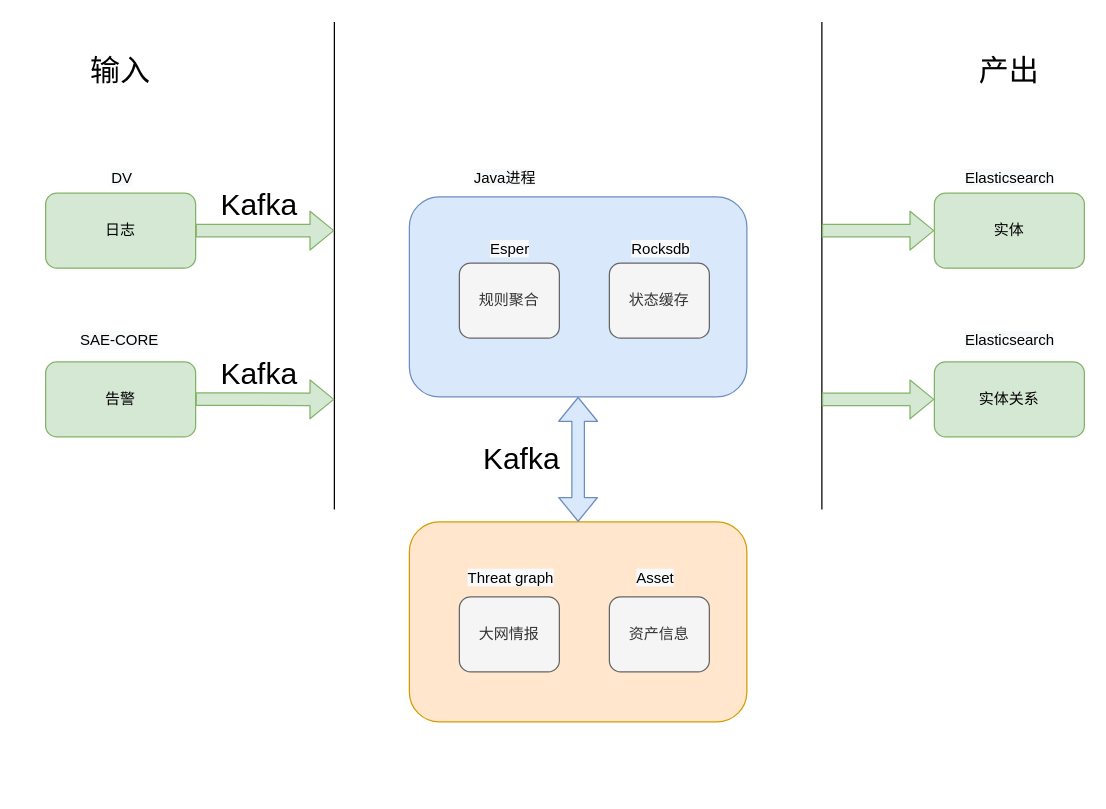
Above: artifact-arch.drawio in popvlovs/popvlovs-repository (draw.io), before the change. Source tidied: cells renumbered, new cells numbered last; positions are measured from the earlier drawing's top-left corner, leaving out a move shared by most shapes. Both pictures are drawn from the tidied source at 125%, with x=0, y=0 at pixel (45, 21).
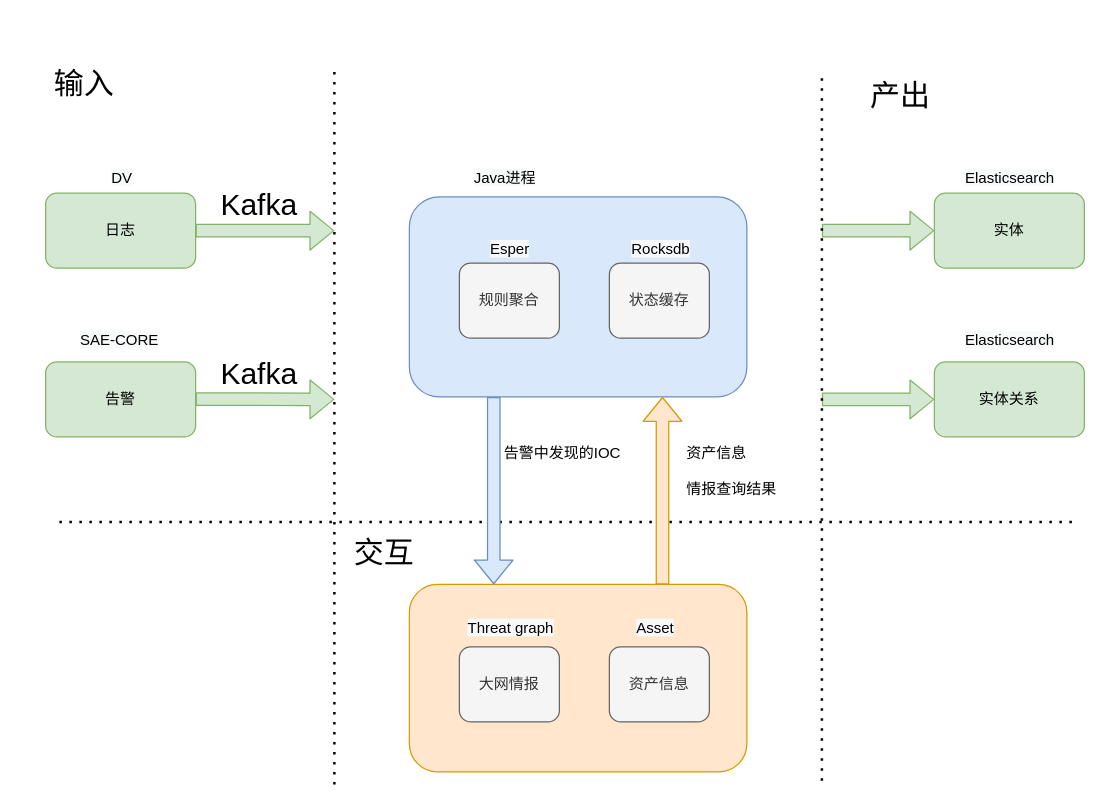
After the change.

Unchanged cells that the change refers to:
```xml
<mxCell id="2" style="rounded=1;whiteSpace=wrap;html=1;fillColor=#dae8fc;strokeColor=#6c8ebf;" parent="1" vertex="1">
  <mxGeometry x="291" y="140" width="270" height="160" as="geometry" />
</mxCell>
```

Change to the diagram source:
```diff
@@
-    <mxCell id="3" style="endArrow=none;html=1;" parent="1" edge="1">
-      <mxGeometry relative="1" as="geometry">
-        <mxPoint x="231" y="390" as="sourcePoint" />
-        <mxPoint x="231" as="targetPoint" />
-      </mxGeometry>
-    </mxCell>
@@
     <mxCell id="5" value="输入" style="text;html=1;strokeColor=none;fillColor=none;align=center;verticalAlign=middle;whiteSpace=wrap;rounded=0;fontSize=24;" parent="1" vertex="1">
-      <mxGeometry x="10" y="30" width="100" height="20" as="geometry" />
+      <mxGeometry x="-19" y="40" width="100" height="20" as="geometry" />
     </mxCell>
@@
-    <mxCell id="9" style="endArrow=none;html=1;" parent="1" edge="1">
-      <mxGeometry relative="1" as="geometry">
-        <mxPoint x="621" y="390" as="sourcePoint" />
-        <mxPoint x="621" as="targetPoint" />
-      </mxGeometry>
-    </mxCell>
@@
     <mxCell id="13" value="产出" style="text;html=1;strokeColor=none;fillColor=none;align=center;verticalAlign=middle;whiteSpace=wrap;rounded=0;fontSize=24;" parent="1" vertex="1">
-      <mxGeometry x="721" y="30" width="100" height="20" as="geometry" />
+      <mxGeometry x="634" y="50" width="100" height="20" as="geometry" />
     </mxCell>
@@
     <mxCell id="25" style="rounded=1;whiteSpace=wrap;html=1;fillColor=#ffe6cc;strokeColor=#d79b00;" parent="1" vertex="1">
-      <mxGeometry x="291" y="400" width="270" height="160" as="geometry" />
+      <mxGeometry x="291" y="450" width="270" height="150" as="geometry" />
     </mxCell>
     <mxCell id="26" value="大网情报" style="rounded=1;whiteSpace=wrap;html=1;fillColor=#f5f5f5;strokeColor=#666666;fontColor=#333333;" parent="1" vertex="1">
-      <mxGeometry x="331" y="460" width="80" height="60" as="geometry" />
+      <mxGeometry x="331" y="500" width="80" height="60" as="geometry" />
     </mxCell>
@@
     <mxCell id="28" value="&lt;span style=&quot;color: rgb(0, 0, 0); font-family: helvetica; font-size: 12px; font-style: normal; font-weight: 400; letter-spacing: normal; text-align: center; text-indent: 0px; text-transform: none; word-spacing: 0px; background-color: rgb(248, 249, 250); display: inline; float: none;&quot;&gt;Threat graph&lt;/span&gt;" style="text;whiteSpace=wrap;html=1;fontSize=24;" parent="1" vertex="1">
-      <mxGeometry x="336" y="420" width="90" height="50" as="geometry" />
+      <mxGeometry x="336" y="460" width="90" height="50" as="geometry" />
     </mxCell>
     <mxCell id="29" value="资产信息" style="rounded=1;whiteSpace=wrap;html=1;fillColor=#f5f5f5;strokeColor=#666666;fontColor=#333333;" parent="1" vertex="1">
-      <mxGeometry x="451" y="460" width="80" height="60" as="geometry" />
+      <mxGeometry x="451" y="500" width="80" height="60" as="geometry" />
     </mxCell>
     <mxCell id="30" value="&lt;span style=&quot;color: rgb(0 , 0 , 0) ; font-family: &amp;#34;helvetica&amp;#34; ; font-size: 12px ; font-style: normal ; font-weight: 400 ; letter-spacing: normal ; text-align: center ; text-indent: 0px ; text-transform: none ; word-spacing: 0px ; background-color: rgb(248 , 249 , 250) ; display: inline ; float: none&quot;&gt;Asset&lt;/span&gt;" style="text;whiteSpace=wrap;html=1;fontSize=24;" parent="1" vertex="1">
-      <mxGeometry x="471" y="420" width="90" height="50" as="geometry" />
+      <mxGeometry x="471" y="460" width="90" height="50" as="geometry" />
     </mxCell>
+    <mxCell id="33" style="endArrow=none;dashed=1;html=1;dashPattern=1 3;strokeWidth=2;fontSize=24;" parent="1" edge="1">
+      <mxGeometry relative="1" as="geometry">
+        <mxPoint x="11" y="400" as="sourcePoint" />
+        <mxPoint x="821" y="400" as="targetPoint" />
+      </mxGeometry>
+    </mxCell>
+    <mxCell id="34" style="endArrow=none;dashed=1;html=1;dashPattern=1 3;strokeWidth=2;fontSize=24;" parent="1" edge="1">
+      <mxGeometry relative="1" as="geometry">
+        <mxPoint x="231" y="610" as="sourcePoint" />
+        <mxPoint x="231" y="40" as="targetPoint" />
+      </mxGeometry>
+    </mxCell>
+    <mxCell id="35" style="endArrow=none;dashed=1;html=1;dashPattern=1 3;strokeWidth=2;fontSize=24;" parent="1" edge="1">
+      <mxGeometry relative="1" as="geometry">
+        <mxPoint x="621" y="607" as="sourcePoint" />
+        <mxPoint x="621" y="40" as="targetPoint" />
+      </mxGeometry>
+    </mxCell>
+    <mxCell id="36" style="shape=flexArrow;endArrow=classic;html=1;fontSize=24;fillColor=#dae8fc;strokeColor=#6c8ebf;exitX=0.25;exitY=1;exitDx=0;exitDy=0;entryX=0.25;entryY=0;entryDx=0;entryDy=0;" parent="1" edge="1" source="2" target="25">
+      <mxGeometry relative="1" as="geometry" />
+    </mxCell>
-    <mxCell id="31" style="shape=flexArrow;endArrow=classic;startArrow=classic;html=1;fontSize=24;entryX=0.5;entryY=1;entryDx=0;entryDy=0;fillColor=#dae8fc;strokeColor=#6c8ebf;" parent="1" edge="1" source="25" target="2">
+    <mxCell id="31" style="shape=flexArrow;endArrow=classic;html=1;fontSize=24;fillColor=#ffe6cc;strokeColor=#d79b00;exitX=0.75;exitY=0;exitDx=0;exitDy=0;entryX=0.75;entryY=1;entryDx=0;entryDy=0;" parent="1" edge="1" source="25" target="2">
       <mxGeometry relative="1" as="geometry" />
     </mxCell>
-    <mxCell id="32" value="Kafka" style="text;html=1;strokeColor=none;fillColor=none;align=center;verticalAlign=middle;whiteSpace=wrap;rounded=0;fontSize=24;" parent="1" vertex="1">
-      <mxGeometry x="361" y="340" width="40" height="20" as="geometry" />
-    </mxCell>
+    <mxCell id="37" value="&lt;div style=&quot;text-align: center&quot;&gt;&lt;span style=&quot;font-size: 12px&quot;&gt;&lt;font face=&quot;helvetica&quot;&gt;告警中发现的IOC&lt;/font&gt;&lt;/span&gt;&lt;/div&gt;" style="text;whiteSpace=wrap;html=1;fontSize=24;" parent="1" vertex="1">
+      <mxGeometry x="364.5" y="320" width="123" height="50" as="geometry" />
+    </mxCell>
+    <mxCell id="38" value="&lt;div&gt;&lt;span style=&quot;font-size: 12px&quot;&gt;&lt;font face=&quot;helvetica&quot;&gt;资产信息&lt;/font&gt;&lt;/span&gt;&lt;/div&gt;&lt;div&gt;&lt;span style=&quot;font-size: 12px&quot;&gt;&lt;font face=&quot;helvetica&quot;&gt;情报查询结果&lt;/font&gt;&lt;/span&gt;&lt;/div&gt;" style="text;whiteSpace=wrap;html=1;fontSize=24;align=left;" parent="1" vertex="1">
+      <mxGeometry x="511" y="320" width="123" height="50" as="geometry" />
+    </mxCell>
+    <mxCell id="39" value="交互" style="text;html=1;strokeColor=none;fillColor=none;align=center;verticalAlign=middle;whiteSpace=wrap;rounded=0;fontSize=24;" parent="1" vertex="1">
+      <mxGeometry x="151" y="400" width="240" height="50" as="geometry" />
+    </mxCell>
```
